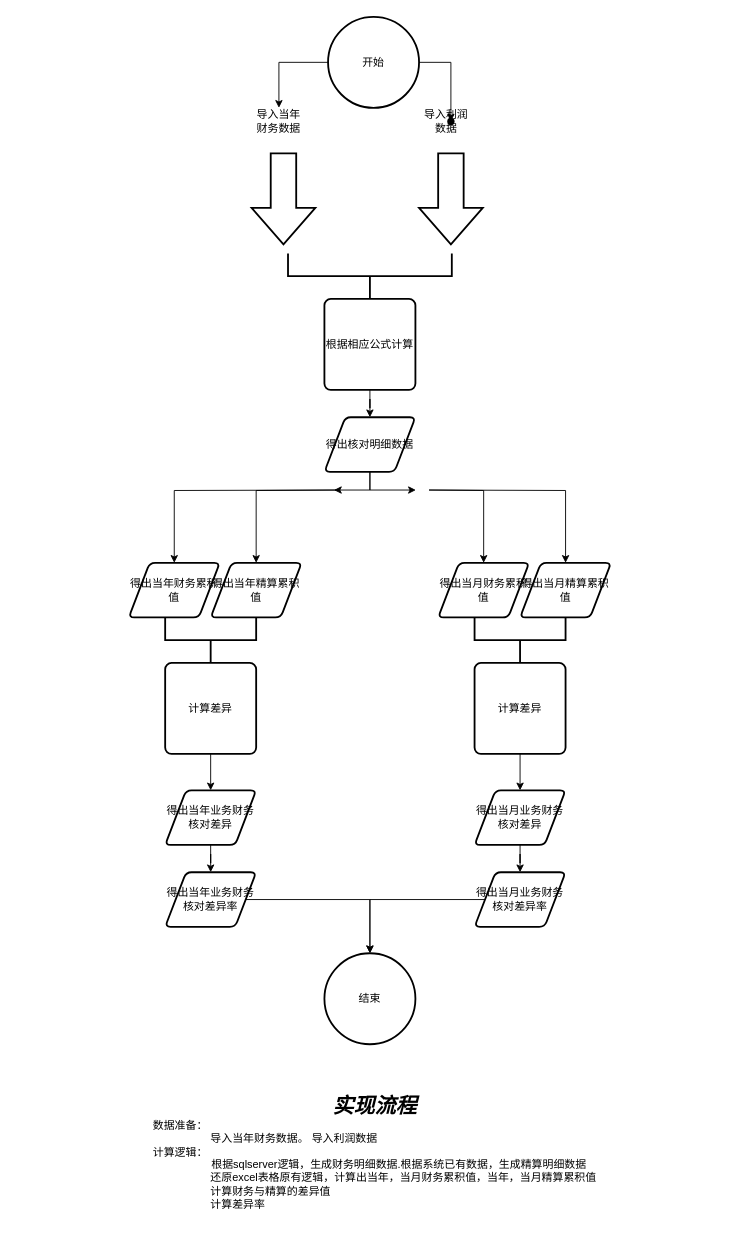
This is 财务核对计算逻辑.drawio from zp17762835004/e-commerce, a draw.io file, before an edit. Source tidied: cells renumbered, new cells numbered last; positions are measured from the earlier drawing's top-left corner, leaving out a move shared by most shapes. Both pictures are drawn from the tidied source at 91%, with x=0, y=0 at pixel (15, 16).
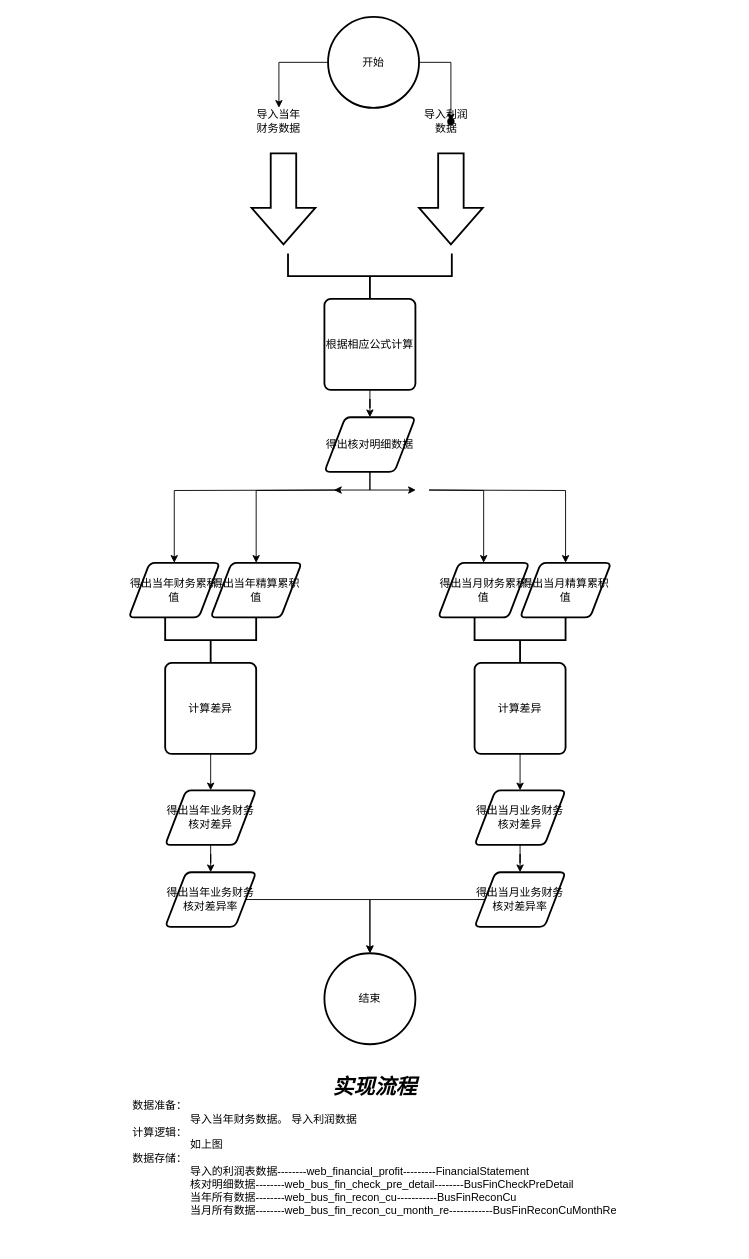
After the change.

Commit message:
更新财务核对计算逻辑.drawio

What changed in the source:
```diff
@@
-    <mxCell id="37" value="&lt;font style=&quot;&quot;&gt;&lt;i style=&quot;font-size: 23px; font-weight: bold;&quot;&gt;实现流程&lt;/i&gt;&lt;br&gt;&lt;div style=&quot;text-align: left;&quot;&gt;&lt;span style=&quot;background-color: initial;&quot;&gt;数据准备：&lt;/span&gt;&lt;/div&gt;&lt;div style=&quot;text-align: left;&quot;&gt;&lt;span style=&quot;background-color: initial;&quot;&gt;&lt;span style=&quot;white-space: pre;&quot;&gt;&#9;&lt;/span&gt;&lt;span style=&quot;white-space: pre;&quot;&gt;&#9;&lt;/span&gt;&amp;nbsp; &amp;nbsp;导入当年财务数据。 导入利润数据&lt;/span&gt;&lt;/div&gt;&lt;div style=&quot;text-align: left;&quot;&gt;计算逻辑：&lt;/div&gt;&lt;span style=&quot;white-space: pre;&quot;&gt;&#9;&lt;/span&gt;&lt;span style=&quot;white-space: pre;&quot;&gt;&#9;&lt;/span&gt;根据sqlserver逻辑，生成财务明细数据.根据系统已有数据，生成精算明细数据&lt;br&gt;&lt;span style=&quot;white-space: pre;&quot;&gt;&#9;&lt;/span&gt;&lt;span style=&quot;white-space: pre;&quot;&gt;&#9;&lt;/span&gt;&amp;nbsp; &amp;nbsp;还原excel表格原有逻辑，计算出当年，当月财务累积值，当年，当月精算累积值&lt;br&gt;&lt;div style=&quot;text-align: left;&quot;&gt;&lt;span style=&quot;background-color: initial;&quot;&gt;&lt;span style=&quot;white-space: pre;&quot;&gt;&#9;&lt;/span&gt;&lt;span style=&quot;white-space: pre;&quot;&gt;&#9;&lt;/span&gt;&amp;nbsp; &amp;nbsp;计算财务与精算的差异值&lt;/span&gt;&lt;/div&gt;&lt;div style=&quot;text-align: left;&quot;&gt;&lt;span style=&quot;background-color: initial;&quot;&gt;&lt;span style=&quot;white-space: pre;&quot;&gt;&#9;&lt;/span&gt;&lt;span style=&quot;white-space: pre;&quot;&gt;&#9;&lt;/span&gt;&amp;nbsp; &amp;nbsp;计算差异率&lt;/span&gt;&lt;/div&gt;&lt;br&gt;&lt;/font&gt;" style="text;strokeColor=none;align=center;fillColor=none;html=1;verticalAlign=middle;whiteSpace=wrap;rounded=0;" parent="1" vertex="1">
+    <mxCell id="37" value="&lt;font style=&quot;&quot;&gt;&lt;i style=&quot;font-size: 23px; font-weight: bold;&quot;&gt;实现流程&lt;/i&gt;&lt;br&gt;&lt;div style=&quot;text-align: left;&quot;&gt;&lt;span style=&quot;background-color: initial;&quot;&gt;数据准备：&lt;/span&gt;&lt;/div&gt;&lt;div style=&quot;text-align: left;&quot;&gt;&lt;span style=&quot;background-color: initial;&quot;&gt;&lt;span style=&quot;white-space: pre;&quot;&gt;&#9;&lt;/span&gt;&lt;span style=&quot;white-space: pre;&quot;&gt;&#9;&lt;/span&gt;&amp;nbsp; &amp;nbsp;导入当年财务数据。 导入利润数据&lt;/span&gt;&lt;/div&gt;&lt;div style=&quot;text-align: left;&quot;&gt;计算逻辑：&lt;/div&gt;&lt;span style=&quot;white-space: pre;&quot;&gt;&lt;div style=&quot;text-align: left;&quot;&gt;&lt;span style=&quot;background-color: initial;&quot;&gt;&#9;&lt;/span&gt;&lt;span style=&quot;background-color: initial;&quot;&gt;&#9;&lt;/span&gt;   如上图&lt;/div&gt;&lt;div style=&quot;text-align: left;&quot;&gt;数据存储：&lt;/div&gt;&lt;div style=&quot;text-align: left;&quot;&gt;                   导入的利润表数据--------web_financial_profit---------FinancialStatement&lt;/div&gt;&lt;div style=&quot;text-align: left;&quot;&gt;                   核对明细数据--------web_bus_fin_check_pre_detail--------BusFinCheckPreDetail&lt;/div&gt;&lt;div style=&quot;text-align: left;&quot;&gt;&lt;span style=&quot;white-space: pre;&quot;&gt;&#9;&lt;/span&gt;&lt;span style=&quot;white-space: pre;&quot;&gt;&#9;&lt;/span&gt;   当年所有数据--------web_bus_fin_recon_cu-----------BusFinReconCu&lt;br&gt;&lt;/div&gt;&lt;div style=&quot;text-align: left;&quot;&gt;       &lt;span style=&quot;white-space: pre;&quot;&gt;&#9;&lt;/span&gt;&lt;span style=&quot;white-space: pre;&quot;&gt;&#9;&lt;/span&gt;   当月所有数据--------web_bus_fin_recon_cu_month_re------------BusFinReconCuMonthRe&lt;/div&gt;&lt;div style=&quot;text-align: left;&quot;&gt;&lt;br&gt;&lt;/div&gt;&lt;/span&gt;&lt;br&gt;&lt;/font&gt;" style="text;strokeColor=none;align=center;fillColor=none;html=1;verticalAlign=middle;whiteSpace=wrap;rounded=0;" parent="1" vertex="1">
       <mxGeometry y="1170" width="789" height="170" as="geometry" />
     </mxCell>
```
